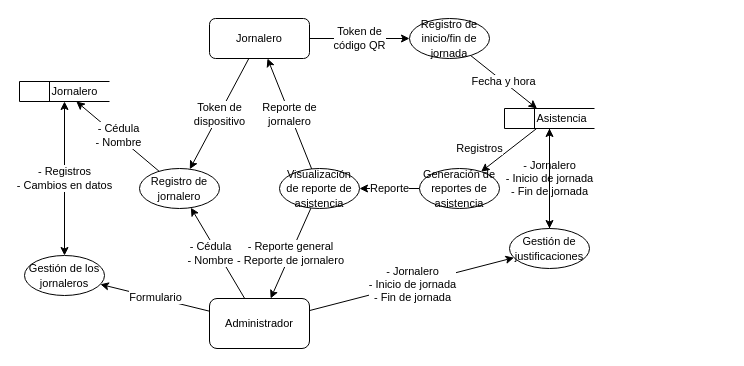
The draw.io diagram page "DFD Nivel 1" (3 of 6) of Documentación/Diagramas.drawio in 71walceli/UAE.6SA.PIS.ControlAsistenciaFincaLolita, before the edit. Source tidied: cells renumbered, new cells numbered last; positions are measured from the earlier drawing's top-left corner, leaving out a move shared by most shapes. Both pictures are drawn from the tidied source at 100%, with x=0, y=0 at pixel (19, 18).
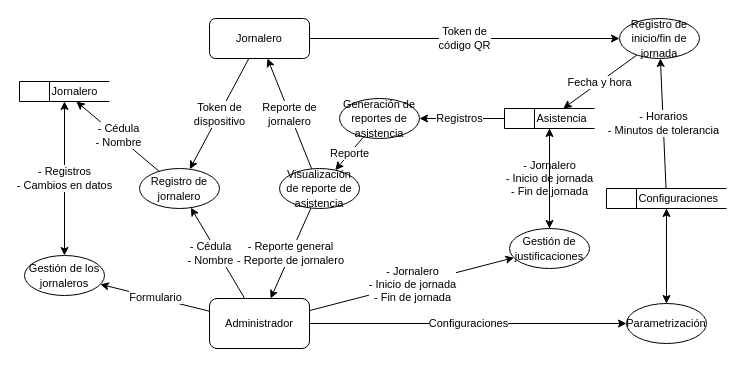
The same page after the edit.

The change refers to these unchanged cells:
```xml
<mxCell id="18" value="Administrador" style="rounded=1;whiteSpace=wrap;html=1;fontSize=11;" parent="1" vertex="1">
  <mxGeometry x="190" y="280" width="100" height="50" as="geometry" />
</mxCell>
<mxCell id="21" value="&lt;span style=&quot;white-space: pre&quot;&gt;&#9;&lt;/span&gt;&amp;nbsp;Asistencia" style="html=1;dashed=0;whitespace=wrap;shape=mxgraph.dfd.dataStoreID;align=left;spacingLeft=3;points=[[0,0],[0.5,0],[1,0],[0,0.5],[1,0.5],[0,1],[0.5,1],[1,1]];fontSize=11;" parent="1" vertex="1">
  <mxGeometry x="485" y="90" width="90" height="20" as="geometry" />
</mxCell>
```

Diff of the diagram source:
```diff
@@
     <mxCell id="10" value="&lt;font style=&quot;line-height: 1 ; font-size: 11px&quot;&gt;Registro de inicio/fin de jornada&lt;/font&gt;" style="ellipse;whiteSpace=wrap;html=1;" parent="1" vertex="1">
-      <mxGeometry x="390" width="80" height="40" as="geometry" />
+      <mxGeometry x="600" width="80" height="40" as="geometry" />
     </mxCell>
@@
     <mxCell id="12" value="&lt;font style=&quot;line-height: 1 ; font-size: 11px&quot;&gt;Generación de reportes de asistencia&lt;/font&gt;" style="ellipse;whiteSpace=wrap;html=1;" parent="1" vertex="1">
-      <mxGeometry x="400" y="150" width="80" height="40" as="geometry" />
+      <mxGeometry x="320" y="80" width="80" height="40" as="geometry" />
     </mxCell>
@@
+    <mxCell id="26" value="Configuraciones" style="edgeStyle=none;rounded=0;jettySize=auto;html=1;" parent="1" edge="1" source="18" target="28">
+      <mxGeometry relative="1" as="geometry" />
+    </mxCell>
@@
     <mxCell id="20" value="Registros" style="edgeStyle=none;rounded=0;jettySize=auto;html=1;fontSize=11;" parent="1" edge="1" source="21" target="12">
-      <mxGeometry x="0.63" y="-19" relative="1" as="geometry" />
+      <mxGeometry x="0.06" relative="1" as="geometry" />
     </mxCell>
@@
+    <mxCell id="27" style="edgeStyle=none;rounded=0;jettySize=auto;html=1;entryX=0.5;entryY=1;entryDx=0;entryDy=0;" parent="1" edge="1" source="28" target="31">
+      <mxGeometry relative="1" as="geometry" />
+    </mxCell>
+    <mxCell id="28" value="&lt;font style=&quot;line-height: 1 ; font-size: 11px&quot;&gt;Parametrización&lt;/font&gt;" style="ellipse;whiteSpace=wrap;html=1;" parent="1" vertex="1">
+      <mxGeometry x="607" y="285" width="80" height="40" as="geometry" />
+    </mxCell>
+    <mxCell id="29" style="edgeStyle=none;rounded=0;jettySize=auto;html=1;" parent="1" edge="1" source="31" target="28">
+      <mxGeometry relative="1" as="geometry" />
+    </mxCell>
+    <mxCell id="30" value="- Horarios&lt;br&gt;- Minutos de tolerancia" style="edgeStyle=none;rounded=0;jettySize=auto;html=1;" parent="1" edge="1" source="31" target="10">
+      <mxGeometry relative="1" as="geometry" />
+    </mxCell>
+    <mxCell id="31" value="&lt;span style=&quot;white-space: pre&quot;&gt;&#9;&lt;/span&gt;&amp;nbsp;Configuraciones" style="html=1;dashed=0;whitespace=wrap;shape=mxgraph.dfd.dataStoreID;align=left;spacingLeft=3;points=[[0,0],[0.5,0],[1,0],[0,0.5],[1,0.5],[0,1],[0.5,1],[1,1]];fontSize=11;" parent="1" vertex="1">
+      <mxGeometry x="587" y="170" width="120" height="20" as="geometry" />
+    </mxCell>
```
